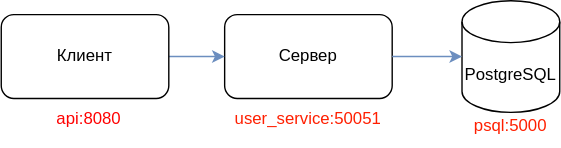
The draw.io diagram schema.svg in chas3air/UsersService, before a commit. Source tidied: cells renumbered, new cells last; positions are measured from the earlier drawing's top-left corner, leaving out a move shared by most shapes.
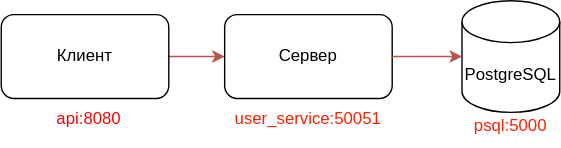
Later version of the same file.

The edit, as a diff of the source:
```diff
@@ -5,7 +5,7 @@
     <mxCell id="2" value="Сервер" style="rounded=1;whiteSpace=wrap;html=1;" parent="1" vertex="1">
       <mxGeometry x="160" y="10" width="120" height="60" as="geometry" />
     </mxCell>
-    <mxCell id="3" style="edgeStyle=none;html=1;exitX=1;exitY=0.5;exitDx=0;exitDy=0;entryX=0;entryY=0.5;entryDx=0;entryDy=0;fillColor=#dae8fc;strokeColor=#6c8ebf;" parent="1" edge="1" source="4" target="2">
+    <mxCell id="3" style="edgeStyle=none;html=1;exitX=1;exitY=0.5;exitDx=0;exitDy=0;entryX=0;entryY=0.5;entryDx=0;entryDy=0;fillColor=#f8cecc;strokeColor=#b85450;" parent="1" edge="1" source="4" target="2">
       <mxGeometry relative="1" as="geometry" />
     </mxCell>
     <mxCell id="4" value="Клиент" style="rounded=1;whiteSpace=wrap;html=1;" parent="1" vertex="1">
@@ -14,7 +14,7 @@
     <mxCell id="5" value="PostgreSQL" style="shape=cylinder3;whiteSpace=wrap;html=1;boundedLbl=1;backgroundOutline=1;size=15;" parent="1" vertex="1">
       <mxGeometry x="330" width="70" height="80" as="geometry" />
     </mxCell>
-    <mxCell id="6" style="edgeStyle=none;html=1;exitX=1;exitY=0.5;exitDx=0;exitDy=0;entryX=0;entryY=0.5;entryDx=0;entryDy=0;entryPerimeter=0;fillColor=#dae8fc;strokeColor=#6c8ebf;" parent="1" edge="1" source="2" target="5">
+    <mxCell id="6" style="edgeStyle=none;html=1;exitX=1;exitY=0.5;exitDx=0;exitDy=0;entryX=0;entryY=0.5;entryDx=0;entryDy=0;entryPerimeter=0;fillColor=#f8cecc;strokeColor=#b85450;" parent="1" edge="1" source="2" target="5">
       <mxGeometry relative="1" as="geometry" />
     </mxCell>
     <mxCell id="7" value="&lt;font style=&quot;color: light-dark(rgb(255, 0, 0), rgb(18, 18, 18));&quot;&gt;api:8080&lt;/font&gt;" style="text;html=1;align=center;verticalAlign=middle;whiteSpace=wrap;rounded=0;" parent="1" vertex="1">
```
